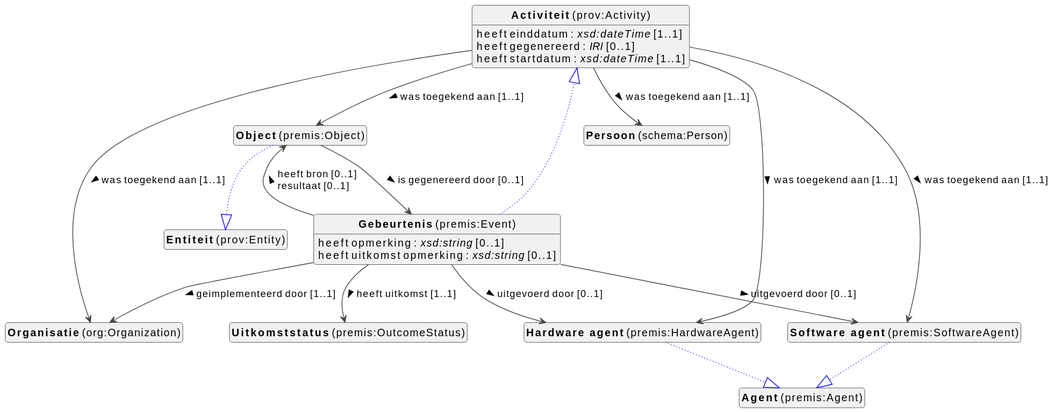
The PlantUML diagram docs/metadata/knowledge-graph/0.0.1/events/nl/events-diagram.svg in viaacode/documentation-jekyll, before a commit.
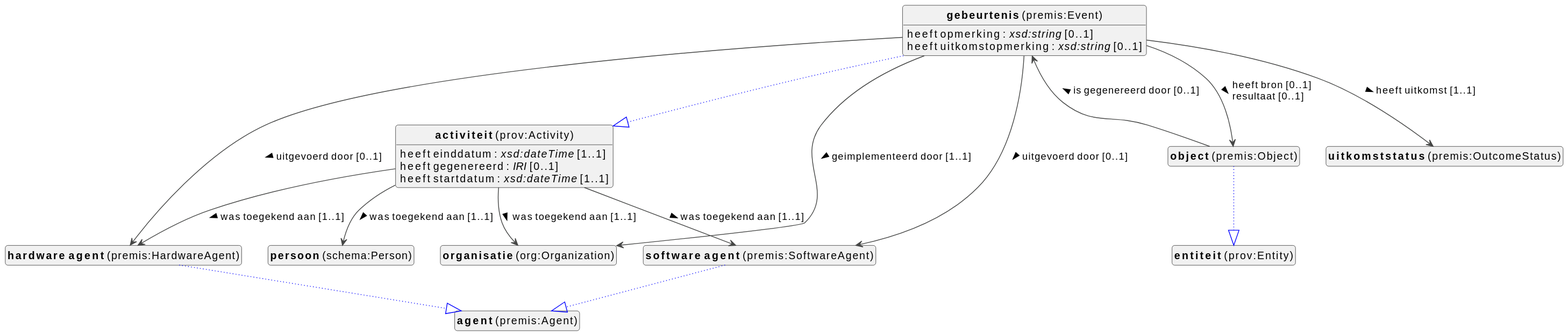
Later version of the same file.

What changed in the source:
```diff
@@ -10,22 +10,18 @@
 top to bottom direction
 
 
-class "<b>Organisatie</b> (org:Organization)" as org_Organization [[../../organization/nl#org%3AOrganization]]
-class "<b>Persoon</b> (schema:Person)" as schema_Person [[../../organization/nl#schema%3APerson]]
-class "<b>Activiteit</b> (prov:Activity)" as prov_Activity [[#prov%3AActivity]]
-class "<b>Gebeurtenis</b> (premis:Event)" as premis_Event [[#premis%3AEvent]]
-class "<b>Activiteit</b> (prov:Activity)" as prov_Activity [[#prov%3AActivity]]
-class "<b>Hardware agent</b> (premis:HardwareAgent)" as premis_HardwareAgent [[#premis%3AHardwareAgent]]
-class "<b>Agent</b> (premis:Agent)" as premis_Agent [[#premis%3AAgent]]
-class "<b>Object</b> (premis:Object)" as premis_Object [[#premis%3AObject]]
-class "<b>Entiteit</b> (prov:Entity)" as prov_Entity [[#prov%3AEntity]]
-class "<b>Software agent</b> (premis:SoftwareAgent)" as premis_SoftwareAgent [[#premis%3ASoftwareAgent]]
-class "<b>Agent</b> (premis:Agent)" as premis_Agent [[#premis%3AAgent]]
-class "<b>Uitkomststatus</b> (premis:OutcomeStatus)" as premis_OutcomeStatus [[#premis%3AOutcomeStatus]]
-
-
-
-
+class "<b>activiteit</b> (prov:Activity)" as prov_Activity [[#prov%3AActivity]]
+class "<b>gebeurtenis</b> (premis:Event)" as premis_Event [[#premis%3AEvent]]
+class "<b>activiteit</b> (prov:Activity)" as prov_Activity [[#prov%3AActivity]]
+class "<b>hardware agent</b> (premis:HardwareAgent)" as premis_HardwareAgent [[#premis%3AHardwareAgent]]
+class "<b>agent</b> (premis:Agent)" as premis_Agent [[#premis%3AAgent]]
+class "<b>object</b> (premis:Object)" as premis_Object [[#premis%3AObject]]
+class "<b>entiteit</b> (prov:Entity)" as prov_Entity [[#prov%3AEntity]]
+class "<b>organisatie</b> (org:Organization)" as org_Organization [[../../organization/nl#org%3AOrganization]]
+class "<b>persoon</b> (schema:Person)" as schema_Person [[../../organization/nl#schema%3APerson]]
+class "<b>software agent</b> (premis:SoftwareAgent)" as premis_SoftwareAgent [[#premis%3ASoftwareAgent]]
+class "<b>agent</b> (premis:Agent)" as premis_Agent [[#premis%3AAgent]]
+class "<b>uitkomststatus</b> (premis:OutcomeStatus)" as premis_OutcomeStatus [[#premis%3AOutcomeStatus]]
 
 
 prov_Activity : heeft einddatum : <i>xsd:dateTime</i> [1..1]
@@ -34,7 +30,6 @@
 
 prov_Activity --> org_Organization :was toegekend aan [1..1]  >
 prov_Activity --> premis_HardwareAgent :was toegekend aan [1..1]  >
-prov_Activity --> premis_Object :was toegekend aan [1..1]  >
 prov_Activity --> premis_SoftwareAgent :was toegekend aan [1..1]  >
 prov_Activity --> schema_Person :was toegekend aan [1..1]  >
 
@@ -42,7 +37,7 @@
 premis_Event --|> prov_Activity #blue;line.dotted;text:blue
 
 premis_Event : heeft opmerking : <i>xsd:string</i> [0..1]
-premis_Event : heeft uitkomst opmerking : <i>xsd:string</i> [0..1]
+premis_Event : heeft uitkomstopmerking : <i>xsd:string</i> [0..1]
 premis_Event --> org_Organization :geimplementeerd door [1..1]  >
 premis_Event --> premis_HardwareAgent :uitgevoerd door [0..1]  >
 premis_Event --> premis_Object :heeft bron [0..1]  \lresultaat [0..1]  >
@@ -57,6 +52,10 @@
 
 premis_Object --> premis_Event :is gegenereerd door [0..1]  >
 
+
+
+
+
 premis_SoftwareAgent --|> premis_Agent #blue;line.dotted;text:blue
 
 
```
